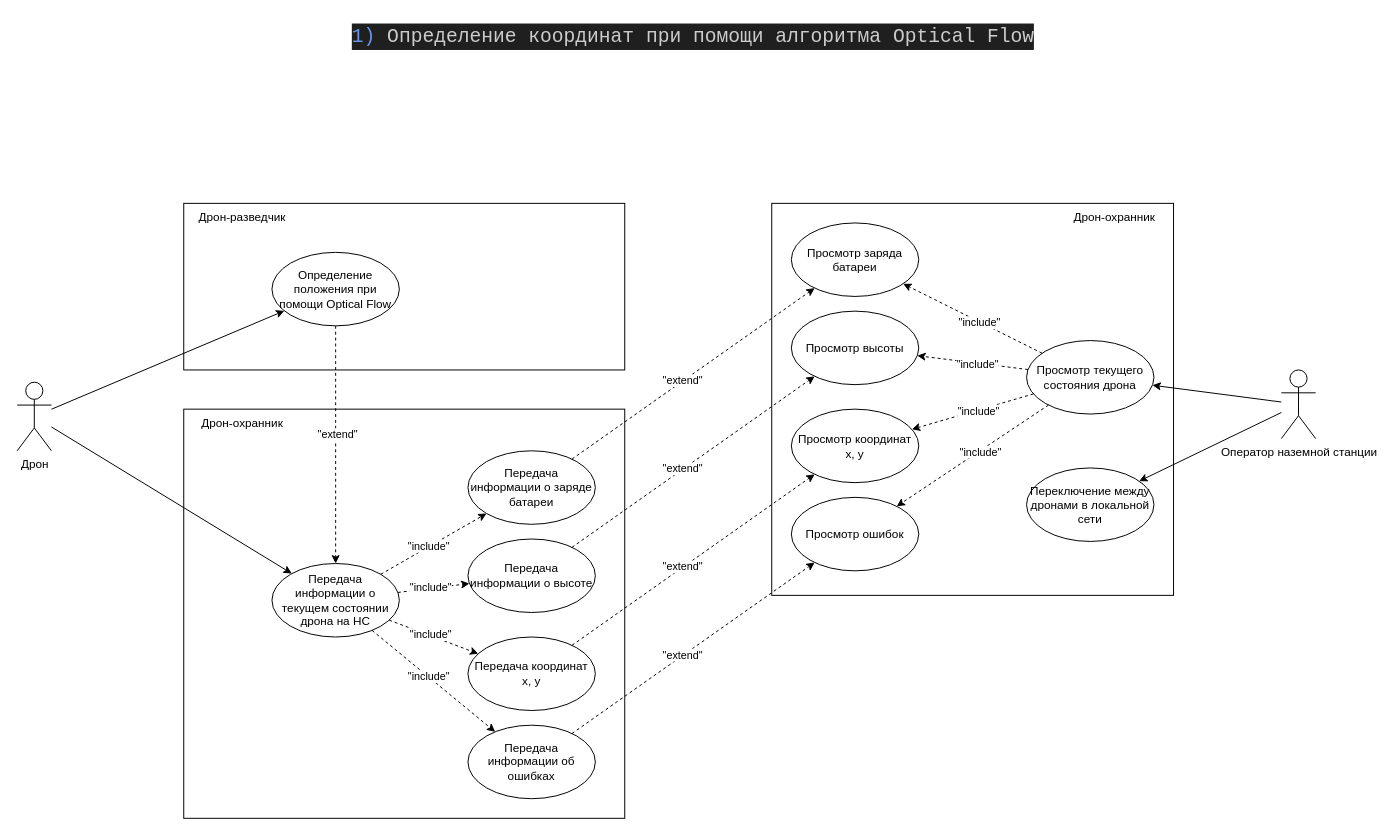
The draw.io diagram src/diagrams/uml-use-case/use-case1.drawio in zimkov/system-engineering-playbook, before the edit. Source tidied: cells renumbered, new cells numbered last; positions are measured from the earlier drawing's top-left corner, leaving out a move shared by most shapes. Both pictures are drawn from the tidied source at 98%, with x=0, y=0 at pixel (17, 17).
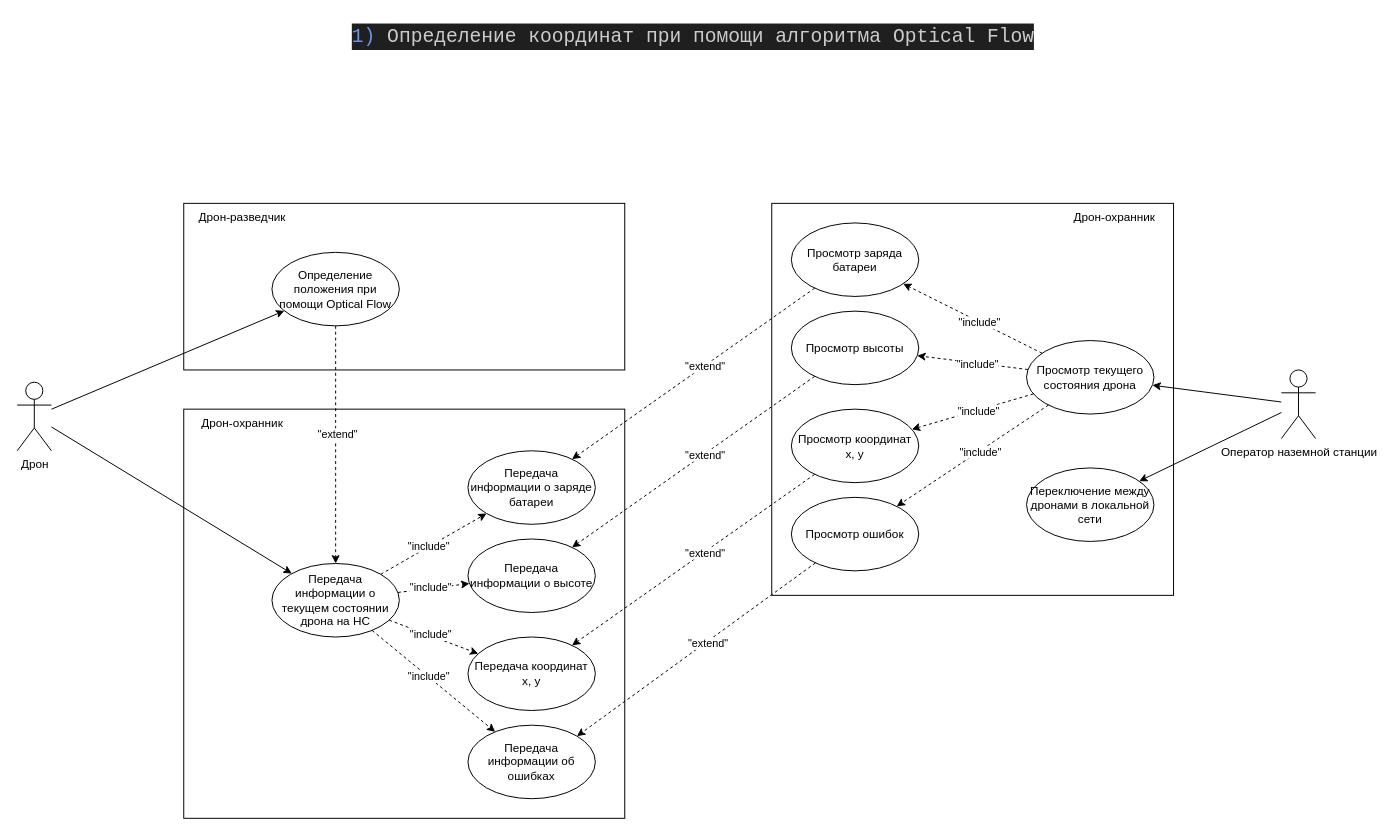
The same page after the edit.

Unchanged cells that the change refers to:
```xml
<mxCell id="7" value="Просмотр координат x, y" style="ellipse;whiteSpace=wrap;html=1;verticalAlign=middle;" parent="1" vertex="1">
  <mxGeometry x="790" y="400" width="130" height="75" as="geometry" />
</mxCell>
<mxCell id="8" value="Просмотр высоты" style="ellipse;whiteSpace=wrap;html=1;verticalAlign=middle;" parent="1" vertex="1">
  <mxGeometry x="790" y="300" width="130" height="75" as="geometry" />
</mxCell>
<mxCell id="9" value="Просмотр заряда батареи" style="ellipse;whiteSpace=wrap;html=1;verticalAlign=middle;" parent="1" vertex="1">
  <mxGeometry x="790" y="210" width="130" height="75" as="geometry" />
</mxCell>
<mxCell id="10" value="Просмотр ошибок" style="ellipse;whiteSpace=wrap;html=1;verticalAlign=middle;" parent="1" vertex="1">
  <mxGeometry x="790" y="490" width="130" height="75" as="geometry" />
</mxCell>
<mxCell id="29" value="Передача координат x, y" style="ellipse;whiteSpace=wrap;html=1;verticalAlign=middle;" parent="1" vertex="1">
  <mxGeometry x="460" y="632.5" width="130" height="75" as="geometry" />
</mxCell>
<mxCell id="30" value="Передача информации о высоте" style="ellipse;whiteSpace=wrap;html=1;verticalAlign=middle;" parent="1" vertex="1">
  <mxGeometry x="460" y="532.5" width="130" height="75" as="geometry" />
</mxCell>
<mxCell id="31" value="Передача информации о заряде батареи" style="ellipse;whiteSpace=wrap;html=1;verticalAlign=middle;" parent="1" vertex="1">
  <mxGeometry x="460" y="442.5" width="130" height="75" as="geometry" />
</mxCell>
<mxCell id="32" value="Передача информации об ошибках" style="ellipse;whiteSpace=wrap;html=1;verticalAlign=middle;" parent="1" vertex="1">
  <mxGeometry x="460" y="722.5" width="130" height="75" as="geometry" />
</mxCell>
```

The edit, as a diff of the source:
```diff
@@
-    <mxCell id="45" style="rounded=0;jettySize=auto;html=1;dashed=1;" parent="1" edge="1" source="31" target="9">
+    <mxCell id="45" style="rounded=0;jettySize=auto;html=1;dashed=1;" parent="1" edge="1" source="9" target="31">
       <mxGeometry relative="1" as="geometry" />
     </mxCell>
@@
-    <mxCell id="47" style="rounded=0;jettySize=auto;html=1;dashed=1;" parent="1" edge="1" source="30" target="8">
+    <mxCell id="47" style="rounded=0;jettySize=auto;html=1;dashed=1;" parent="1" edge="1" source="8" target="30">
       <mxGeometry relative="1" as="geometry" />
     </mxCell>
@@
-    <mxCell id="49" style="rounded=0;jettySize=auto;html=1;dashed=1;" parent="1" edge="1" source="29" target="7">
+    <mxCell id="49" style="rounded=0;jettySize=auto;html=1;dashed=1;" parent="1" edge="1" source="7" target="29">
       <mxGeometry relative="1" as="geometry" />
     </mxCell>
@@
-    <mxCell id="51" style="rounded=0;jettySize=auto;html=1;dashed=1;" parent="1" edge="1" source="32" target="10">
+    <mxCell id="51" style="rounded=0;jettySize=auto;html=1;dashed=1;entryX=1;entryY=0;entryDx=0;entryDy=0;" parent="1" edge="1" source="10" target="32">
       <mxGeometry relative="1" as="geometry" />
     </mxCell>
```
